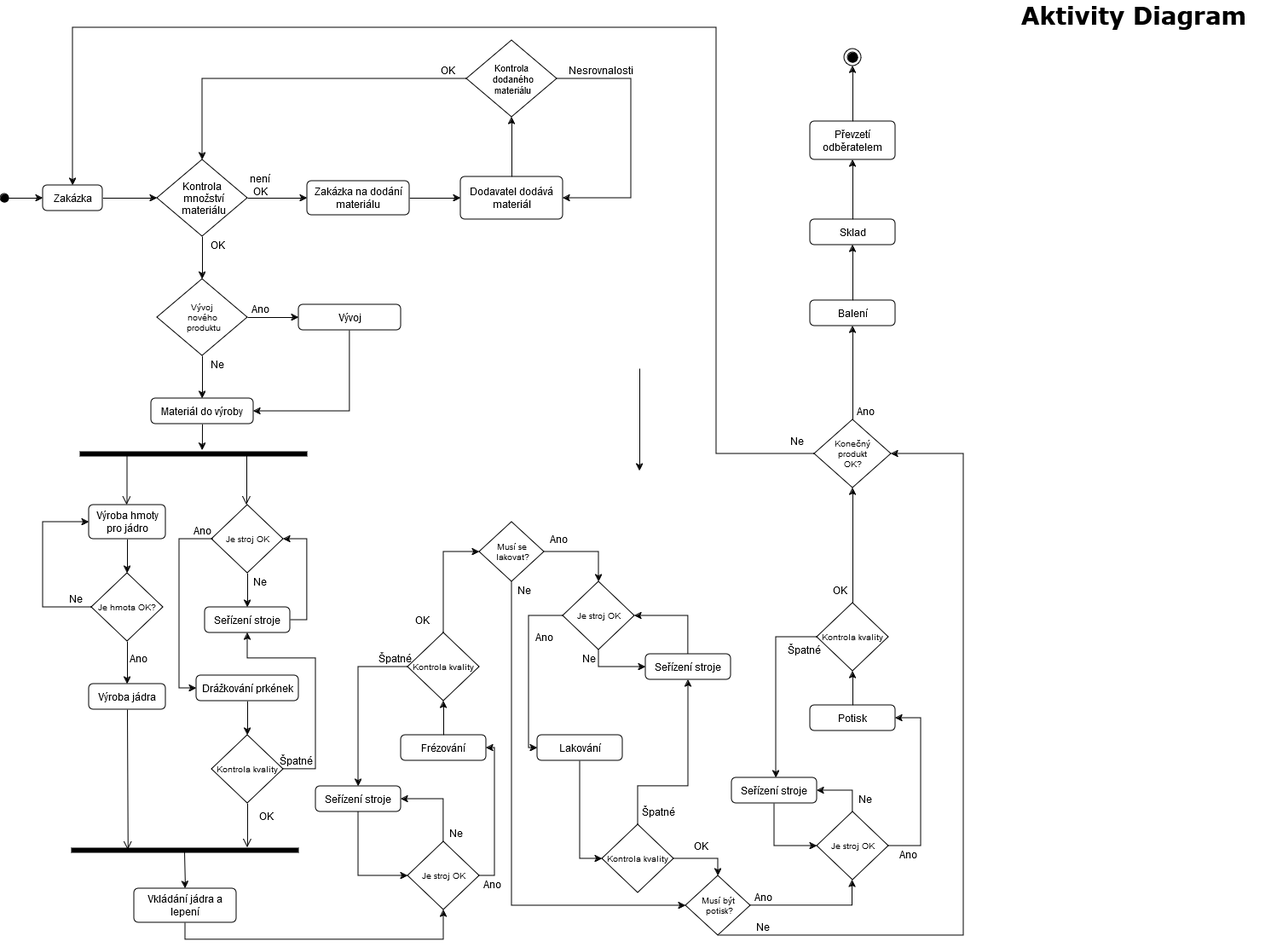
KarelMasa/pg keeps this draw.io diagram as SW_ING/Tuzka_Aktivity.png. Above is the earlier version. Source tidied: cells renumbered, new cells last; positions are measured from the earlier drawing's top-left corner, leaving out a move shared by most shapes.
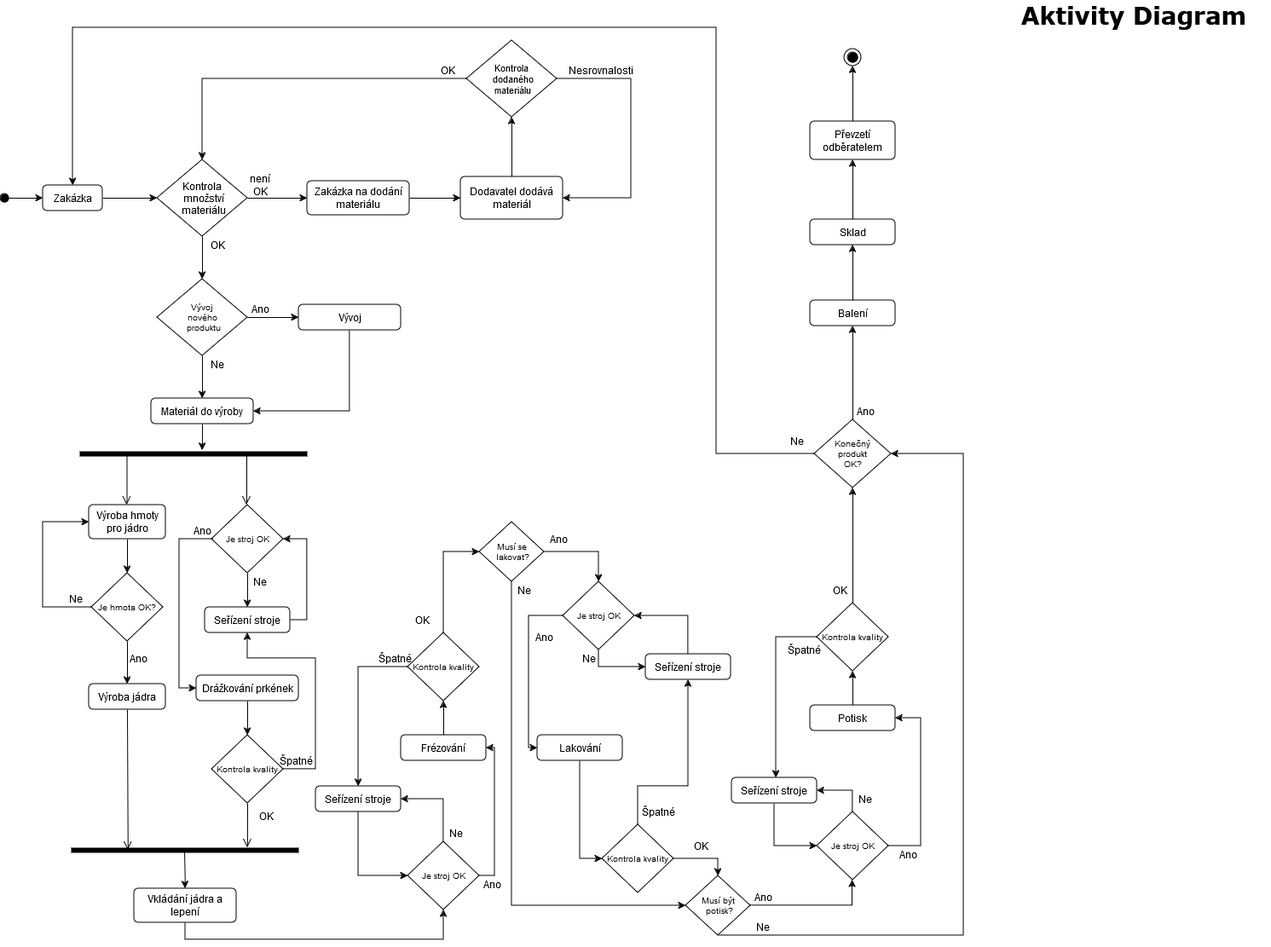
After the change.

What changed in the source:
```diff
@@ -184,12 +184,6 @@
         </Array>
       </mxGeometry>
     </mxCell>
-    <mxCell id="52" style="edgeStyle=orthogonalEdgeStyle;rounded=0;orthogonalLoop=1;jettySize=auto;html=1;entryX=0.5;entryY=0;entryDx=0;entryDy=0;" parent="1" edge="1">
-      <mxGeometry relative="1" as="geometry">
-        <mxPoint x="750" y="430" as="sourcePoint" />
-        <mxPoint x="750" y="550" as="targetPoint" />
-      </mxGeometry>
-    </mxCell>
     <mxCell id="53" value="Je stroj OK" style="rhombus;fontSize=10;" parent="1" vertex="1">
       <mxGeometry x="248" y="590" width="84" height="80" as="geometry" />
     </mxCell>
```
